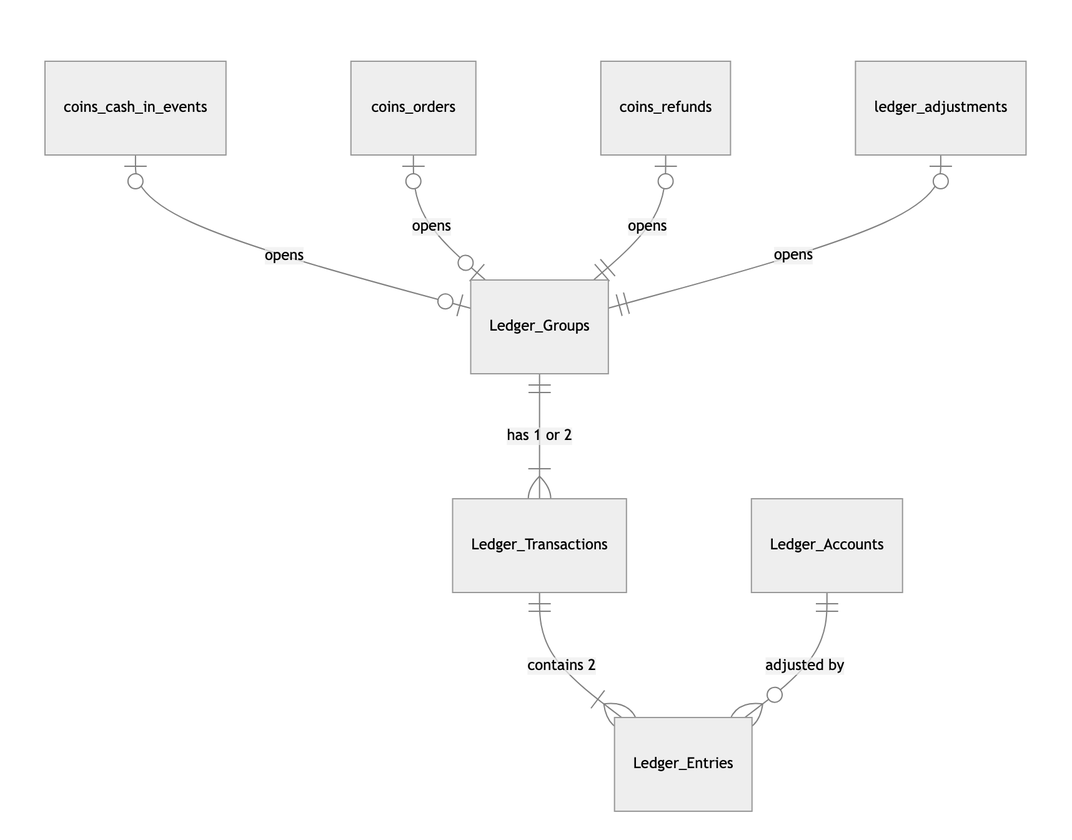
Earlier version of the Mermaid export tracks/c-usdc-vasp-privy/research/diagrams/schema-er.png (STAbraham/stablecoin-project). Its source is kept beside it as tracks/c-usdc-vasp-privy/research/diagrams/schema-er.mmd.
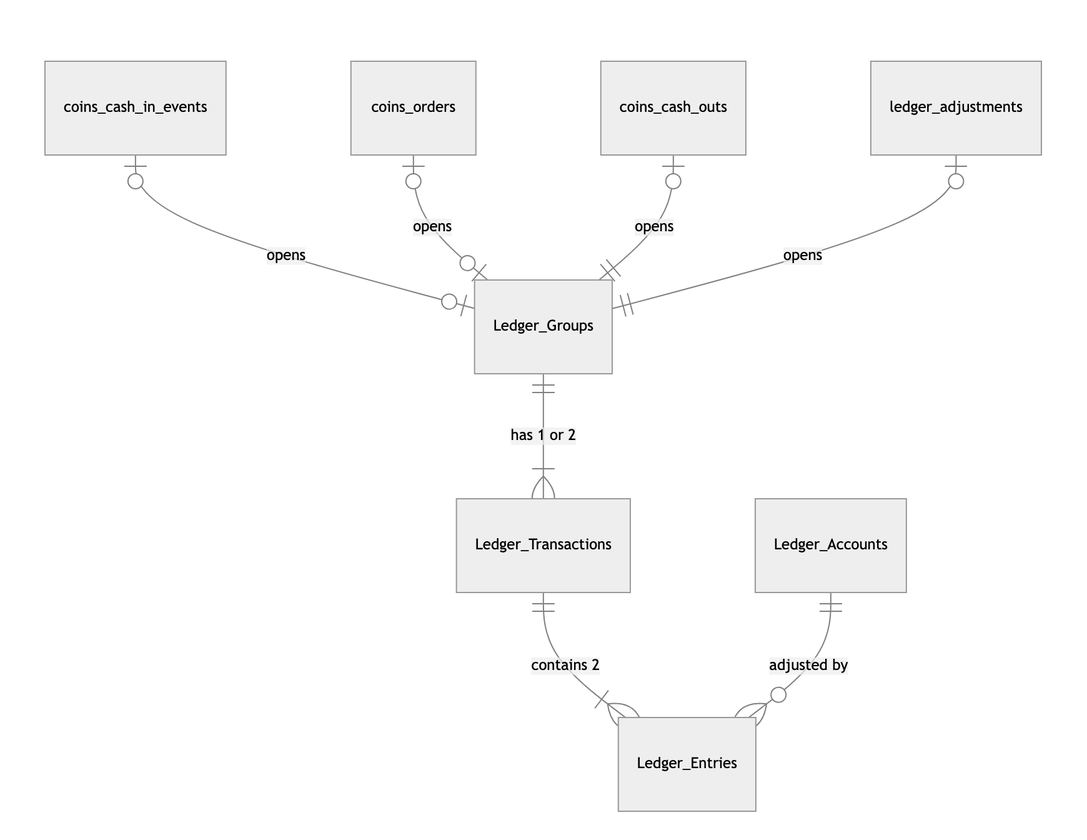
The same file after the commit.

Commit message:
Ledger: refund_out unified into cash_out (one PHP-out type over fiat/v1/cash-out; cash_out_type = refund_to_source / user_withdrawal carries the policy rules) — Steve 10/02

The edit, as a diff of the source:
```diff
@@ -1,7 +1,7 @@
 erDiagram
   coins_cash_in_events |o--o| Ledger_Groups : opens
   coins_orders |o--o| Ledger_Groups : opens
-  coins_refunds |o--|| Ledger_Groups : opens
+  coins_cash_outs |o--|| Ledger_Groups : opens
   ledger_adjustments |o--|| Ledger_Groups : opens
   Ledger_Groups ||--|{ Ledger_Transactions : "has 1 or 2"
   Ledger_Transactions ||--|{ Ledger_Entries : "contains 2"
```
